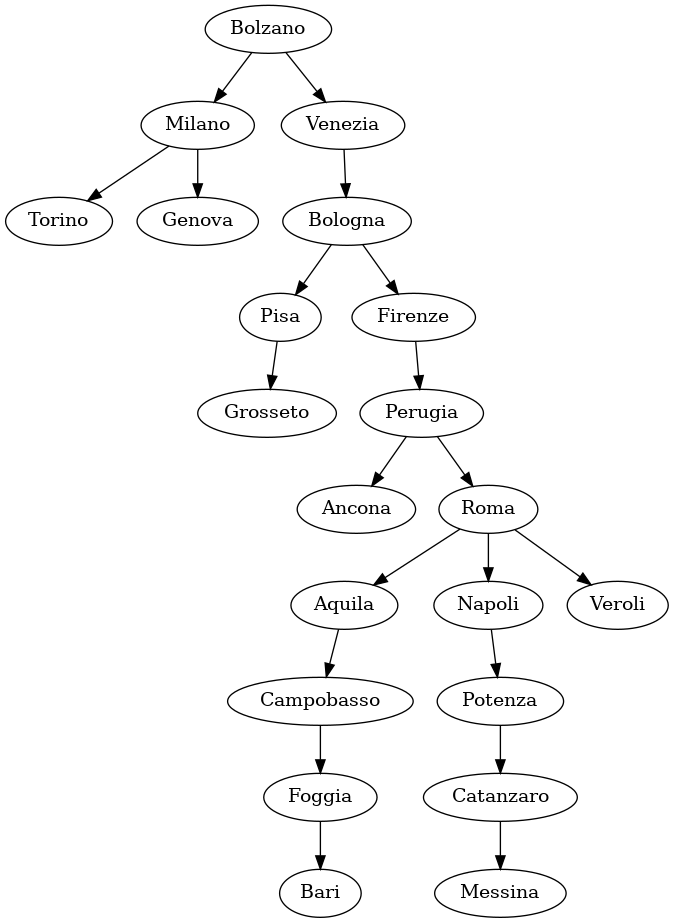
Before: output_test/minimum_spanning_tree.png, a diagram exported from Graphviz (nicofiorini98/data_structure). Its source is kept beside it as output_test/minimum_spanning_tree.dot.
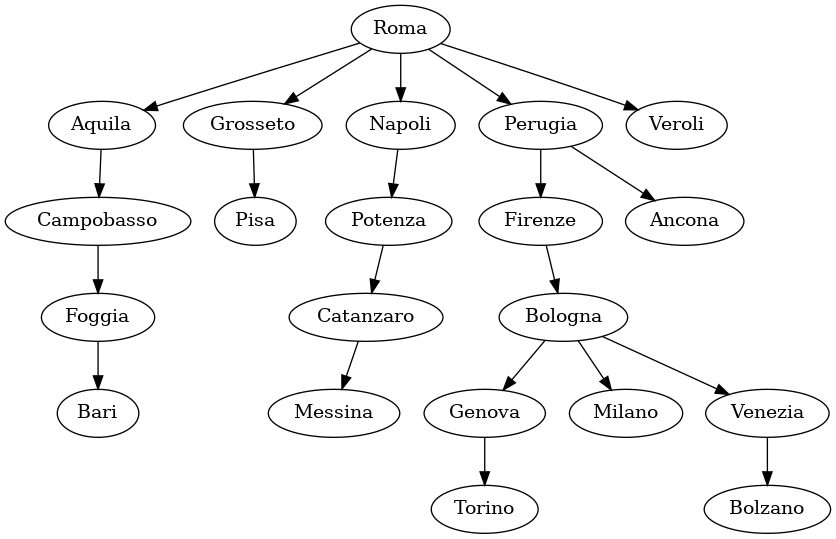
Later version of the same file.

The edit, as a diff of the source:
```diff
@@ -1,21 +1,21 @@
 digraph Tree {Aquila->Campobasso
-Bologna->Pisa
-Bologna->Firenze
-Bolzano->Milano
-Bolzano->Venezia
+Bologna->Genova
+Bologna->Milano
+Bologna->Venezia
 Campobasso->Foggia
 Catanzaro->Messina
-Firenze->Perugia
+Firenze->Bologna
 Foggia->Bari
-Milano->Torino
-Milano->Genova
+Genova->Torino
+Grosseto->Pisa
 Napoli->Potenza
+Perugia->Firenze
 Perugia->Ancona
-Perugia->Roma
-Pisa->Grosseto
 Potenza->Catanzaro
+Roma->Perugia
+Roma->Grosseto
 Roma->Aquila
 Roma->Napoli
 Roma->Veroli
-Venezia->Bologna
+Venezia->Bolzano
 }
```
